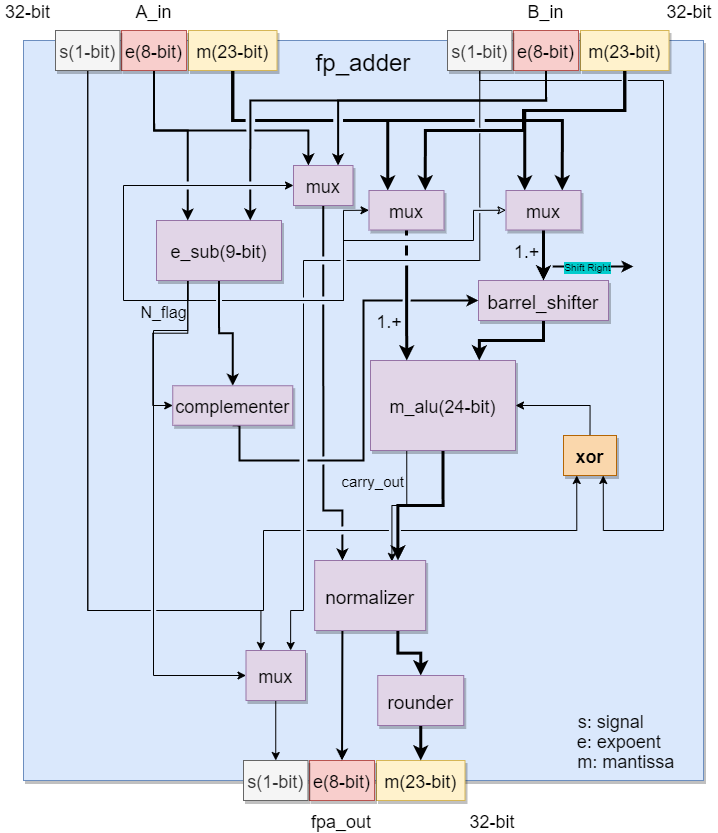
Before: floating_point_adder/fp_adder_structure.png, a diagram exported from draw.io (UandersonSilva/floating_point). Source tidied: cells renumbered, new cells last; positions are measured from the earlier drawing's top-left corner, leaving out a move shared by most shapes.
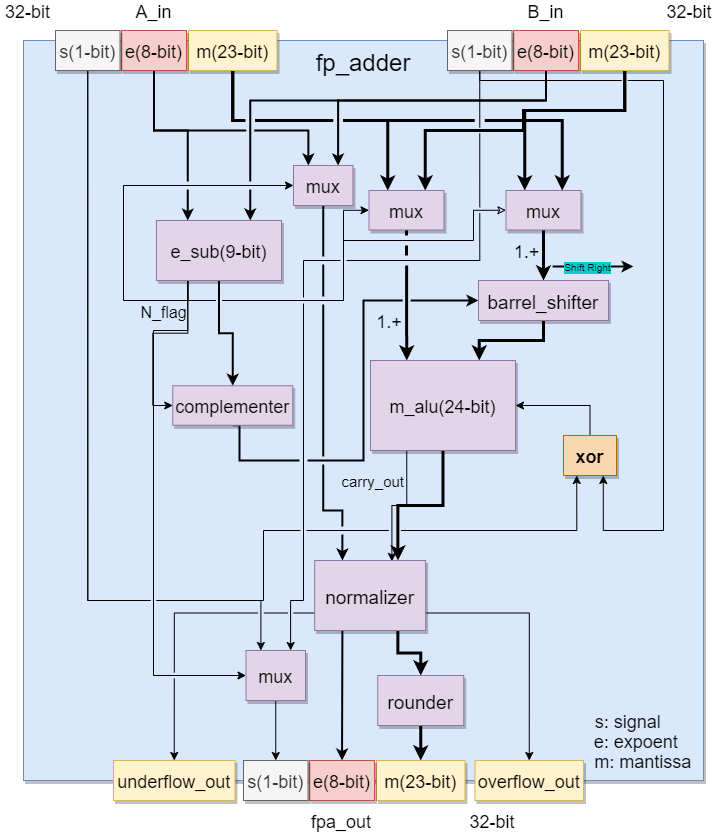
After the change.

Commit message:
overflow and underflow flags implemented.

The edit, as a diff of the source:
```diff
@@ -138,8 +138,8 @@
         <Array as="points">
           <mxPoint x="479" y="260" />
           <mxPoint x="303" y="260" />
-          <mxPoint x="303" y="610" />
-          <mxPoint x="290" y="610" />
+          <mxPoint x="303" y="600" />
+          <mxPoint x="290" y="600" />
         </Array>
       </mxGeometry>
     </mxCell>
@@ -197,16 +197,16 @@
     <mxCell id="37" style="edgeStyle=orthogonalEdgeStyle;rounded=0;jettySize=auto;html=1;exitX=0.5;exitY=1;exitDx=0;exitDy=0;entryX=0.25;entryY=0;entryDx=0;entryDy=0;strokeWidth=1;jumpStyle=gap;" parent="1" edge="1" source="39" target="7">
       <mxGeometry relative="1" as="geometry">
         <Array as="points">
-          <mxPoint x="87" y="610" />
-          <mxPoint x="260" y="610" />
+          <mxPoint x="87" y="600" />
+          <mxPoint x="260" y="600" />
         </Array>
       </mxGeometry>
     </mxCell>
     <mxCell id="38" style="edgeStyle=orthogonalEdgeStyle;rounded=0;jumpStyle=gap;jettySize=auto;html=1;exitX=0.5;exitY=1;exitDx=0;exitDy=0;entryX=0.25;entryY=1;entryDx=0;entryDy=0;strokeWidth=1;" parent="1" edge="1" source="39" target="52">
       <mxGeometry relative="1" as="geometry">
         <Array as="points">
-          <mxPoint x="87" y="610" />
-          <mxPoint x="263" y="610" />
+          <mxPoint x="87" y="600" />
+          <mxPoint x="263" y="600" />
           <mxPoint x="263" y="530" />
           <mxPoint x="576" y="530" />
         </Array>
@@ -283,6 +283,12 @@
     <mxCell id="58" style="edgeStyle=orthogonalEdgeStyle;rounded=0;jettySize=auto;html=1;exitX=0.75;exitY=1;exitDx=0;exitDy=0;entryX=0.5;entryY=0;entryDx=0;entryDy=0;strokeWidth=3;" parent="1" edge="1" source="59" target="66">
       <mxGeometry relative="1" as="geometry" />
     </mxCell>
+    <mxCell id="69" style="edgeStyle=orthogonalEdgeStyle;rounded=0;jettySize=auto;html=1;exitX=1;exitY=0.75;exitDx=0;exitDy=0;entryX=0.5;entryY=0;entryDx=0;entryDy=0;jumpStyle=gap;" parent="1" edge="1" source="59" target="71">
+      <mxGeometry relative="1" as="geometry" />
+    </mxCell>
+    <mxCell id="70" style="edgeStyle=orthogonalEdgeStyle;rounded=0;jettySize=auto;html=1;exitX=0;exitY=0.75;exitDx=0;exitDy=0;entryX=0.5;entryY=0;entryDx=0;entryDy=0;jumpStyle=gap;" parent="1" edge="1" source="59" target="72">
+      <mxGeometry relative="1" as="geometry" />
+    </mxCell>
     <mxCell id="59" value="normalizer" style="shadow=1;fontSize=19;fillColor=#e1d5e7;strokeColor=#9673a6;" parent="1" vertex="1">
       <mxGeometry x="314.2" y="560" width="111" height="70" as="geometry" />
     </mxCell>
@@ -293,13 +299,13 @@
       <mxGeometry x="511.5" y="240" width="30" height="20" as="geometry" />
     </mxCell>
     <mxCell id="62" value="s: signal" style="text;strokeColor=none;fillColor=none;align=center;verticalAlign=middle;rounded=0;fontSize=18;" parent="1" vertex="1">
-      <mxGeometry x="578" y="710" width="65.5" height="20" as="geometry" />
+      <mxGeometry x="595" y="710" width="65.5" height="20" as="geometry" />
     </mxCell>
     <mxCell id="63" value="e: expoent" style="text;strokeColor=none;fillColor=none;align=center;verticalAlign=middle;rounded=0;fontSize=18;" parent="1" vertex="1">
-      <mxGeometry x="576" y="730" width="85.5" height="20" as="geometry" />
+      <mxGeometry x="593" y="730" width="85.5" height="20" as="geometry" />
     </mxCell>
     <mxCell id="64" value="m: mantissa" style="text;strokeColor=none;fillColor=none;align=center;verticalAlign=middle;rounded=0;fontSize=18;" parent="1" vertex="1">
-      <mxGeometry x="573" y="750" width="105.5" height="20" as="geometry" />
+      <mxGeometry x="590" y="750" width="105.5" height="20" as="geometry" />
     </mxCell>
     <mxCell id="65" style="edgeStyle=orthogonalEdgeStyle;rounded=0;jettySize=auto;html=1;exitX=0.5;exitY=1;exitDx=0;exitDy=0;entryX=0.5;entryY=0;entryDx=0;entryDy=0;endSize=6;strokeWidth=3;" parent="1" edge="1" source="66" target="46">
       <mxGeometry relative="1" as="geometry" />
@@ -313,5 +319,11 @@
     <mxCell id="68" value="carry_out" style="text;strokeColor=none;fillColor=none;align=center;verticalAlign=middle;rounded=0;fontSize=15;" parent="1" vertex="1">
       <mxGeometry x="341.5" y="470" width="62.5" height="20" as="geometry" />
     </mxCell>
+    <mxCell id="71" value="overflow_out" style="shadow=1;fontSize=18;fillColor=#fff2cc;strokeColor=#d6b656;" parent="1" vertex="1">
+      <mxGeometry x="474.5" y="760" width="108.5" height="40" as="geometry" />
+    </mxCell>
+    <mxCell id="72" value="underflow_out" style="shadow=1;fontSize=18;fillColor=#fff2cc;strokeColor=#d6b656;" parent="1" vertex="1">
+      <mxGeometry x="113" y="760" width="121.5" height="40" as="geometry" />
+    </mxCell>
   </root>
 </mxGraphModel>
```
